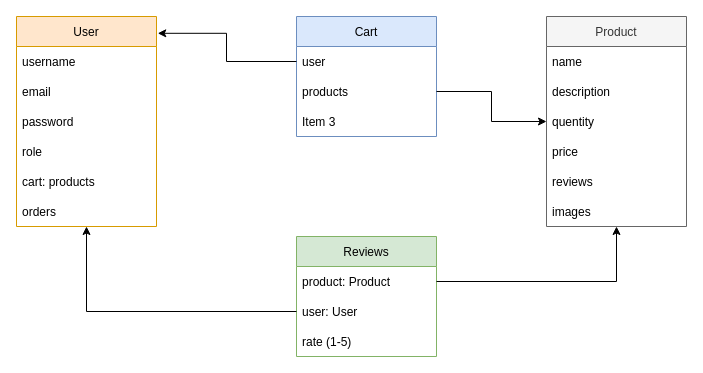
This is diagrams/Untitled Diagram.drawio from Khaled802/wasit, a draw.io file, before an edit. Source tidied: cells renumbered, new cells numbered last; positions are measured from the earlier drawing's top-left corner, leaving out a move shared by most shapes. Both pictures are drawn from the tidied source at 100%, with x=0, y=0 at pixel (16, 16).
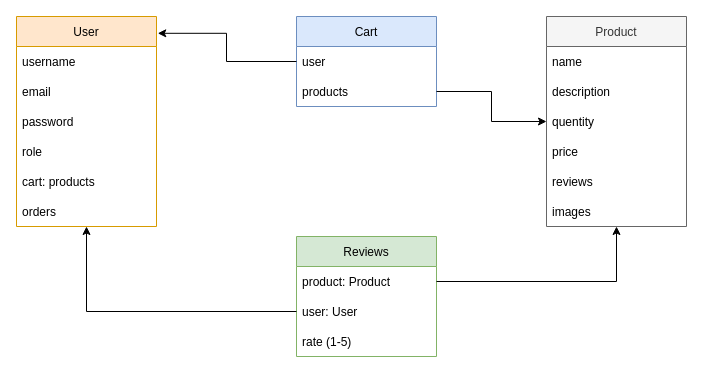
The same diagram, later.

The edit, as a diff of the source:
```diff
@@
     <mxCell id="20" value="Cart" style="swimlane;fontStyle=0;horizontal=1;startSize=30;fillColor=#dae8fc;strokeColor=#6c8ebf;" parent="1" vertex="1">
-      <mxGeometry x="280" width="140" height="120" as="geometry" />
+      <mxGeometry x="280" width="140" height="90" as="geometry" />
     </mxCell>
@@
-    <mxCell id="23" value="Item 3" style="text;strokeColor=none;fillColor=none;align=left;verticalAlign=middle;spacingLeft=4;spacingRight=4;overflow=hidden;" parent="20" vertex="1">
-      <mxGeometry y="90" width="140" height="30" as="geometry" />
-    </mxCell>
```
